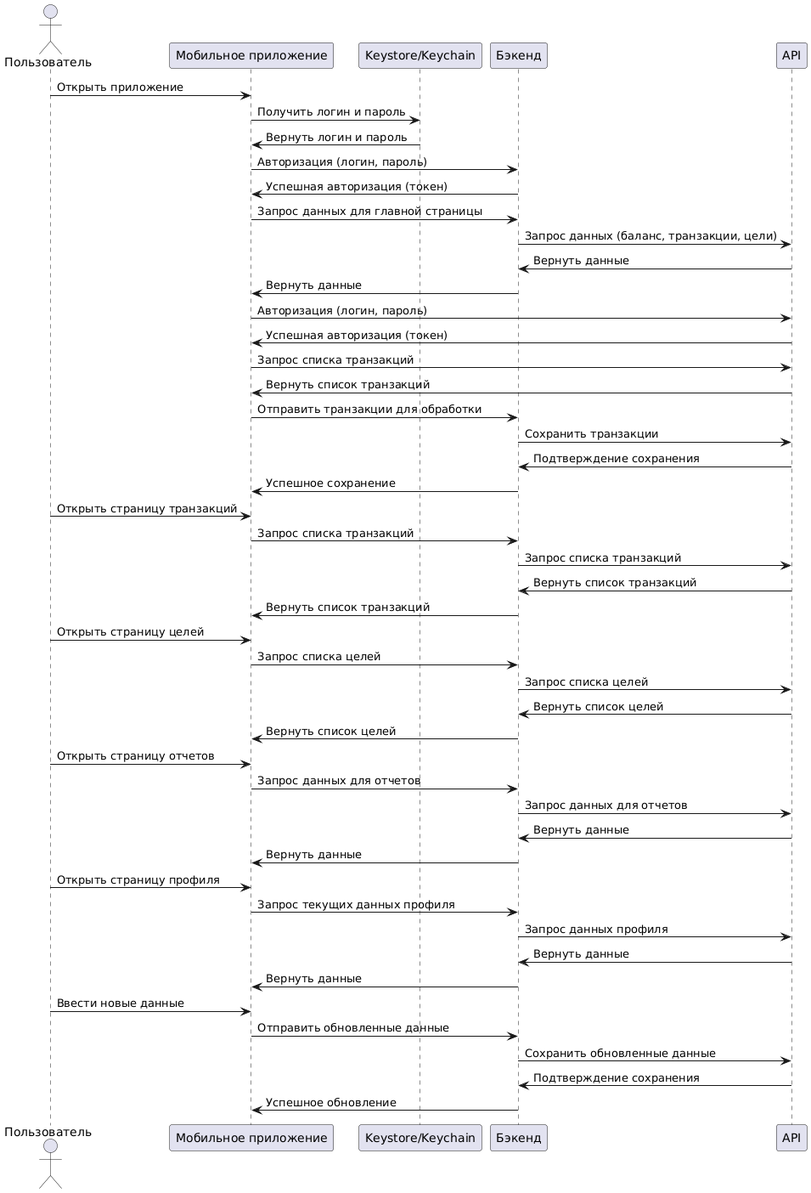
Earlier version of the PlantUML export diagrams/sequence/sequence.png (wizado7/MoneyGuard). Its diagram source:
```plantuml
@startuml
actor Пользователь
participant "Мобильное приложение" as App
participant "Keystore/Keychain" as Storage
participant "Бэкенд" as Backend
participant "API" as BankAPI

Пользователь -> App: Открыть приложение
App -> Storage: Получить логин и пароль
Storage -> App: Вернуть логин и пароль
App -> Backend: Авторизация (логин, пароль)
Backend -> App: Успешная авторизация (токен)

App -> Backend: Запрос данных для главной страницы
Backend -> BankAPI: Запрос данных (баланс, транзакции, цели)
BankAPI -> Backend: Вернуть данные
Backend -> App: Вернуть данные

App -> BankAPI: Авторизация (логин, пароль)
BankAPI -> App: Успешная авторизация (токен)
App -> BankAPI: Запрос списка транзакций
BankAPI -> App: Вернуть список транзакций
App -> Backend: Отправить транзакции для обработки
Backend -> BankAPI: Сохранить транзакции
BankAPI -> Backend: Подтверждение сохранения
Backend -> App: Успешное сохранение

Пользователь -> App: Открыть страницу транзакций
App -> Backend: Запрос списка транзакций
Backend -> BankAPI: Запрос списка транзакций
BankAPI -> Backend: Вернуть список транзакций
Backend -> App: Вернуть список транзакций

Пользователь -> App: Открыть страницу целей
App -> Backend: Запрос списка целей
Backend -> BankAPI: Запрос списка целей
BankAPI -> Backend: Вернуть список целей
Backend -> App: Вернуть список целей

Пользователь -> App: Открыть страницу отчетов
App -> Backend: Запрос данных для отчетов
Backend -> BankAPI: Запрос данных для отчетов
BankAPI -> Backend: Вернуть данные
Backend -> App: Вернуть данные

Пользователь -> App: Открыть страницу профиля
App -> Backend: Запрос текущих данных профиля
Backend -> BankAPI: Запрос данных профиля
BankAPI -> Backend: Вернуть данные
Backend -> App: Вернуть данные
Пользователь -> App: Ввести новые данные
App -> Backend: Отправить обновленные данные
Backend -> BankAPI: Сохранить обновленные данные
BankAPI -> Backend: Подтверждение сохранения
Backend -> App: Успешное обновление
@enduml
```
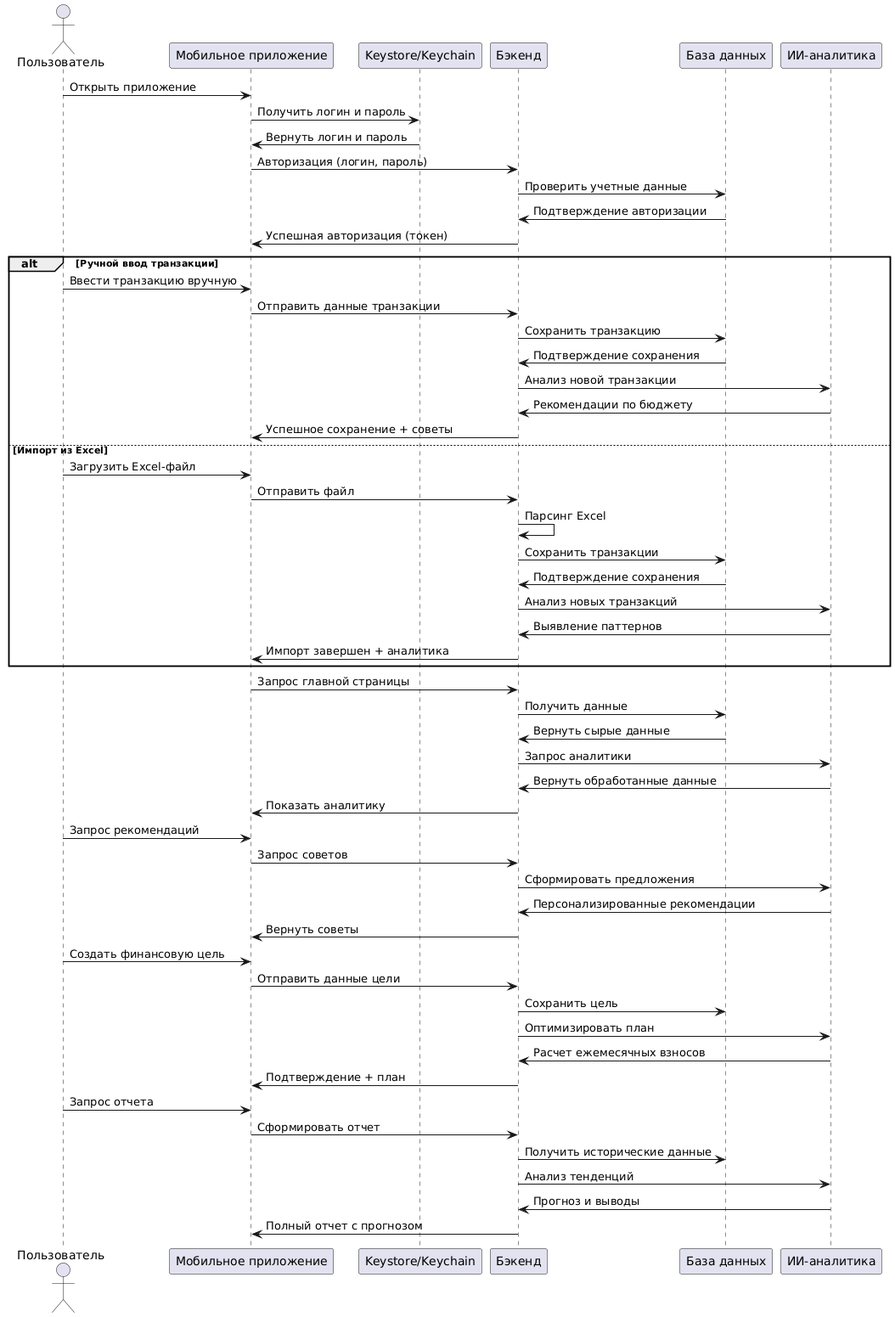
The same file after the commit.

Commit message:
Task #22: Updating diagrams for new concept

Change to the diagram source:
```diff
@@ -3,54 +3,60 @@
 participant "Мобильное приложение" as App
 participant "Keystore/Keychain" as Storage
 participant "Бэкенд" as Backend
-participant "API" as BankAPI
+participant "База данных" as DB
+participant "ИИ-аналитика" as AI
 
 Пользователь -> App: Открыть приложение
 App -> Storage: Получить логин и пароль
 Storage -> App: Вернуть логин и пароль
 App -> Backend: Авторизация (логин, пароль)
+Backend -> DB: Проверить учетные данные
+DB -> Backend: Подтверждение авторизации
 Backend -> App: Успешная авторизация (токен)
 
-App -> Backend: Запрос данных для главной страницы
-Backend -> BankAPI: Запрос данных (баланс, транзакции, цели)
-BankAPI -> Backend: Вернуть данные
-Backend -> App: Вернуть данные
+alt Ручной ввод транзакции
+    Пользователь -> App: Ввести транзакцию вручную
+    App -> Backend: Отправить данные транзакции
+    Backend -> DB: Сохранить транзакцию
+    DB -> Backend: Подтверждение сохранения
+    Backend -> AI: Анализ новой транзакции
+    AI -> Backend: Рекомендации по бюджету
+    Backend -> App: Успешное сохранение + советы
+else Импорт из Excel
+    Пользователь -> App: Загрузить Excel-файл
+    App -> Backend: Отправить файл
+    Backend -> Backend: Парсинг Excel
+    Backend -> DB: Сохранить транзакции
+    DB -> Backend: Подтверждение сохранения
+    Backend -> AI: Анализ новых транзакций
+    AI -> Backend: Выявление паттернов
+    Backend -> App: Импорт завершен + аналитика
+end
 
-App -> BankAPI: Авторизация (логин, пароль)
-BankAPI -> App: Успешная авторизация (токен)
-App -> BankAPI: Запрос списка транзакций
-BankAPI -> App: Вернуть список транзакций
-App -> Backend: Отправить транзакции для обработки
-Backend -> BankAPI: Сохранить транзакции
-BankAPI -> Backend: Подтверждение сохранения
-Backend -> App: Успешное сохранение
+App -> Backend: Запрос главной страницы
+Backend -> DB: Получить данные
+DB -> Backend: Вернуть сырые данные
+Backend -> AI: Запрос аналитики
+AI -> Backend: Вернуть обработанные данные
+Backend -> App: Показать аналитику
 
-Пользователь -> App: Открыть страницу транзакций
-App -> Backend: Запрос списка транзакций
-Backend -> BankAPI: Запрос списка транзакций
-BankAPI -> Backend: Вернуть список транзакций
-Backend -> App: Вернуть список транзакций
+Пользователь -> App: Запрос рекомендаций
+App -> Backend: Запрос советов
+Backend -> AI: Сформировать предложения
+AI -> Backend: Персонализированные рекомендации
+Backend -> App: Вернуть советы
 
-Пользователь -> App: Открыть страницу целей
-App -> Backend: Запрос списка целей
-Backend -> BankAPI: Запрос списка целей
-BankAPI -> Backend: Вернуть список целей
-Backend -> App: Вернуть список целей
+Пользователь -> App: Создать финансовую цель
+App -> Backend: Отправить данные цели
+Backend -> DB: Сохранить цель
+Backend -> AI: Оптимизировать план
+AI -> Backend: Расчет ежемесячных взносов
+Backend -> App: Подтверждение + план
 
-Пользователь -> App: Открыть страницу отчетов
-App -> Backend: Запрос данных для отчетов
-Backend -> BankAPI: Запрос данных для отчетов
-BankAPI -> Backend: Вернуть данные
-Backend -> App: Вернуть данные
-
-Пользователь -> App: Открыть страницу профиля
-App -> Backend: Запрос текущих данных профиля
-Backend -> BankAPI: Запрос данных профиля
-BankAPI -> Backend: Вернуть данные
-Backend -> App: Вернуть данные
-Пользователь -> App: Ввести новые данные
-App -> Backend: Отправить обновленные данные
-Backend -> BankAPI: Сохранить обновленные данные
-BankAPI -> Backend: Подтверждение сохранения
-Backend -> App: Успешное обновление
+Пользователь -> App: Запрос отчета
+App -> Backend: Сформировать отчет
+Backend -> DB: Получить исторические данные
+Backend -> AI: Анализ тенденций
+AI -> Backend: Прогноз и выводы
+Backend -> App: Полный отчет с прогнозом
 @enduml
```
